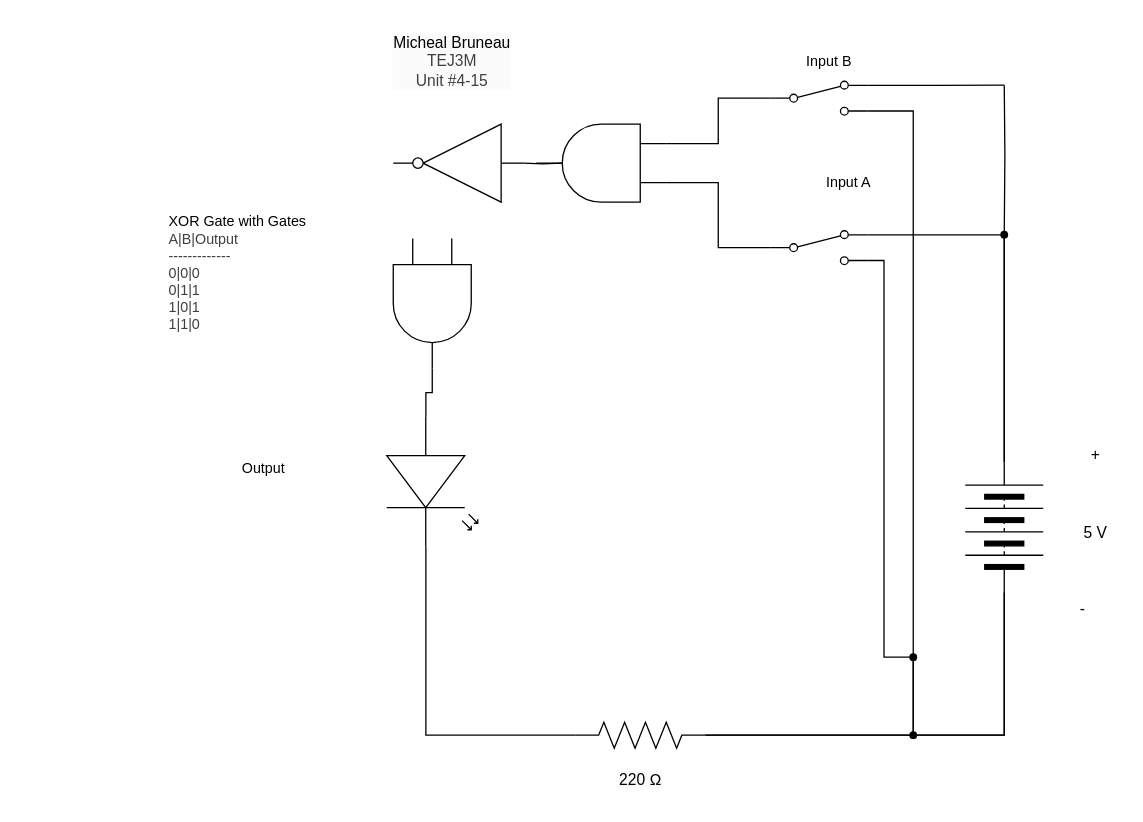
The draw.io diagram TEJ3M-4-15/schematic_diagram.drawio in michael-bruneau/TEJ3M-Unit-4, before the edit. Source tidied: cells renumbered, new cells numbered last; positions are measured from the earlier drawing's top-left corner, leaving out a move shared by most shapes. Both pictures are drawn from the tidied source at 130%, with x=0, y=0 at pixel (152, 22).
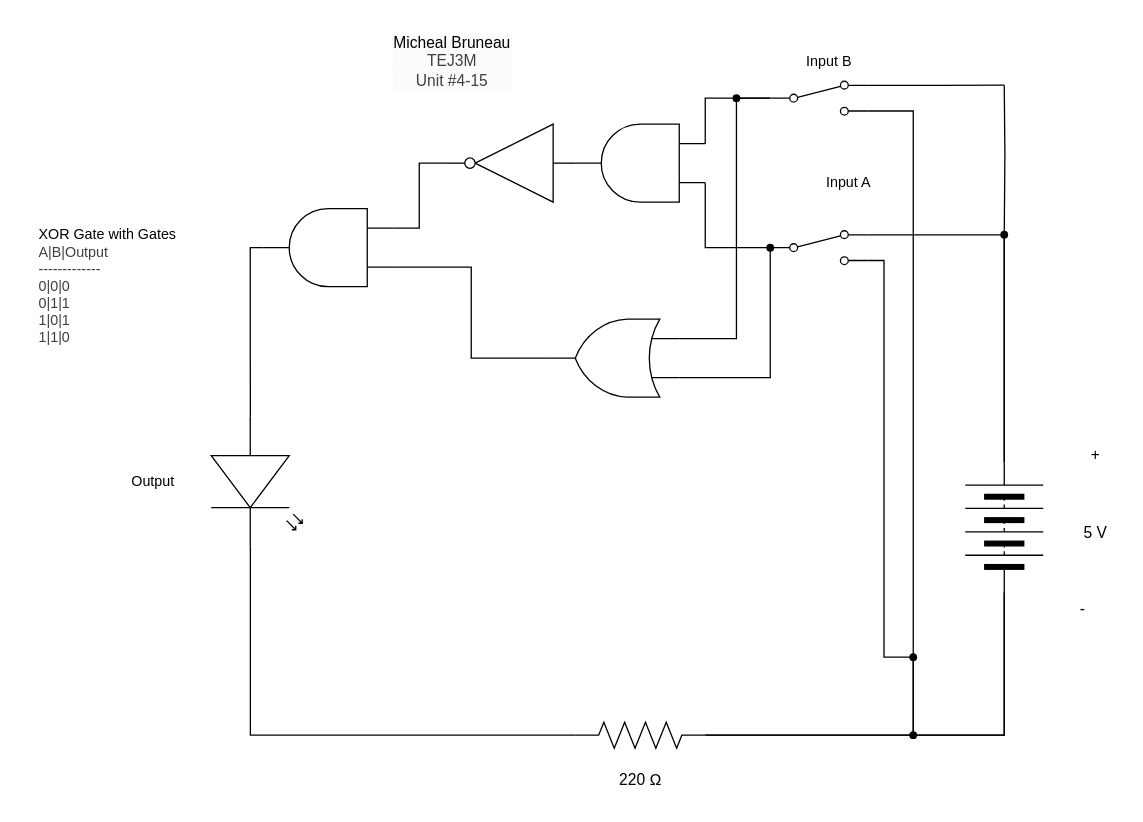
The same diagram, later.

The change refers to these unchanged cells:
```xml
<mxCell id="17" style="html=1;shape=mxgraph.electrical.electro-mechanical.twoWaySwitch;elSwitchState=2;" parent="1" vertex="1">
  <mxGeometry x="475" y="160" width="75" height="26" as="geometry" />
</mxCell>
<mxCell id="19" style="html=1;shape=mxgraph.electrical.electro-mechanical.twoWaySwitch;elSwitchState=2;" parent="1" vertex="1">
  <mxGeometry x="475" y="45" width="75" height="26" as="geometry" />
</mxCell>
```

Diff of the diagram source:
```diff
@@
     <mxCell id="15" value="Output" style="text;html=1;align=center;verticalAlign=middle;strokeColor=none;fillColor=none;fontFamily=Helvetica;fontSize=11;fontColor=default;labelBackgroundColor=default;" parent="1" vertex="1">
-      <mxGeometry x="55" y="328" width="60" height="30" as="geometry" />
+      <mxGeometry x="-30" y="338" width="60" height="30" as="geometry" />
     </mxCell>
@@
     <mxCell id="22" value="&lt;div style=&quot;scrollbar-color: rgb(226, 226, 226) rgb(251, 251, 251); font-size: 11px; text-align: left; color: rgb(63, 63, 63);&quot;&gt;&lt;font color=&quot;#000000&quot;&gt;&lt;span style=&quot;background-color: rgb(255, 255, 255);&quot;&gt;XOR Gate with Gates&lt;/span&gt;&lt;/font&gt;&lt;/div&gt;&lt;div style=&quot;scrollbar-color: rgb(226, 226, 226) rgb(251, 251, 251); font-size: 11px; text-align: left; color: rgb(63, 63, 63);&quot;&gt;&lt;span style=&quot;color: light-dark(rgb(63, 63, 63), rgb(183, 183, 183));&quot;&gt;A|B|Output&lt;/span&gt;&lt;/div&gt;&lt;div style=&quot;color: rgb(63, 63, 63); scrollbar-color: rgb(226, 226, 226) rgb(251, 251, 251); font-size: 11px; text-align: left;&quot;&gt;-------------&lt;/div&gt;&lt;div style=&quot;color: rgb(63, 63, 63); scrollbar-color: rgb(226, 226, 226) rgb(251, 251, 251); font-size: 11px; text-align: left;&quot;&gt;0|0|0&lt;/div&gt;&lt;div style=&quot;color: rgb(63, 63, 63); scrollbar-color: rgb(226, 226, 226) rgb(251, 251, 251); font-size: 11px; text-align: left;&quot;&gt;0|1|1&lt;/div&gt;&lt;div style=&quot;color: rgb(63, 63, 63); scrollbar-color: rgb(226, 226, 226) rgb(251, 251, 251); font-size: 11px; text-align: left;&quot;&gt;1|0|1&lt;/div&gt;&lt;div style=&quot;color: rgb(63, 63, 63); scrollbar-color: rgb(226, 226, 226) rgb(251, 251, 251); font-size: 11px; text-align: left;&quot;&gt;1|1|0&lt;/div&gt;" style="text;html=1;align=center;verticalAlign=middle;strokeColor=none;fillColor=none;" parent="1" vertex="1">
-      <mxGeometry y="138" width="130" height="110" as="geometry" />
+      <mxGeometry x="-100" y="148" width="130" height="110" as="geometry" />
     </mxCell>
@@
     <mxCell id="27" style="edgeStyle=orthogonalEdgeStyle;shape=connector;rounded=0;html=1;exitX=0;exitY=0.25;exitDx=0;exitDy=0;exitPerimeter=0;entryX=0;entryY=0.5;entryDx=0;entryDy=0;strokeColor=default;align=center;verticalAlign=middle;fontFamily=Helvetica;fontSize=11;fontColor=default;labelBackgroundColor=default;endArrow=none;endFill=0;" parent="1" edge="1" source="33" target="17">
-      <mxGeometry relative="1" as="geometry" />
+      <mxGeometry relative="1" as="geometry">
+        <Array as="points">
+          <mxPoint x="425" y="173" />
+        </Array>
+      </mxGeometry>
     </mxCell>
     <mxCell id="28" style="edgeStyle=orthogonalEdgeStyle;html=1;exitX=0;exitY=0.5;exitDx=0;exitDy=0;entryX=0;entryY=0.75;entryDx=0;entryDy=0;entryPerimeter=0;endArrow=none;endFill=0;rounded=0;" parent="1" edge="1" source="19" target="33">
-      <mxGeometry relative="1" as="geometry" />
+      <mxGeometry relative="1" as="geometry">
+        <Array as="points">
+          <mxPoint x="425" y="58" />
+        </Array>
+      </mxGeometry>
     </mxCell>
     <mxCell id="29" style="verticalLabelPosition=bottom;shadow=0;dashed=0;align=center;html=1;verticalAlign=top;shape=mxgraph.electrical.opto_electronics.led_2;fontFamily=Helvetica;fontSize=11;fontColor=default;labelBackgroundColor=default;rotation=90;" parent="1" vertex="1">
-      <mxGeometry x="165" y="318" width="100" height="70" as="geometry" />
+      <mxGeometry x="30" y="318" width="100" height="70" as="geometry" />
     </mxCell>
@@
     <mxCell id="31" style="verticalLabelPosition=bottom;shadow=0;dashed=0;align=center;html=1;verticalAlign=top;shape=mxgraph.electrical.logic_gates.inverter_2;rotation=-180;" parent="1" vertex="1">
-      <mxGeometry x="185" y="78" width="100" height="60" as="geometry" />
+      <mxGeometry x="225" y="78" width="100" height="60" as="geometry" />
     </mxCell>
-    <mxCell id="32" style="edgeStyle=orthogonalEdgeStyle;html=1;exitX=1;exitY=0.5;exitDx=0;exitDy=0;exitPerimeter=0;entryX=0;entryY=0.5;entryDx=0;entryDy=0;entryPerimeter=0;rounded=0;endArrow=none;endFill=0;" parent="1" edge="1" target="31">
-      <mxGeometry relative="1" as="geometry">
-        <mxPoint x="315" y="108" as="sourcePoint" />
-      </mxGeometry>
-    </mxCell>
     <mxCell id="33" style="verticalLabelPosition=bottom;shadow=0;dashed=0;align=center;html=1;verticalAlign=top;shape=mxgraph.electrical.logic_gates.logic_gate;operation=and;rotation=-180;" parent="1" vertex="1">
-      <mxGeometry x="295" y="78" width="100" height="60" as="geometry" />
+      <mxGeometry x="325" y="78" width="100" height="60" as="geometry" />
     </mxCell>
-    <mxCell id="34" style="verticalLabelPosition=bottom;shadow=0;dashed=0;align=center;html=1;verticalAlign=top;shape=mxgraph.electrical.logic_gates.logic_gate;operation=and;rotation=90;" parent="1" vertex="1">
-      <mxGeometry x="165" y="186" width="100" height="60" as="geometry" />
+    <mxCell id="34" style="verticalLabelPosition=bottom;shadow=0;dashed=0;align=center;html=1;verticalAlign=top;shape=mxgraph.electrical.logic_gates.logic_gate;operation=and;rotation=-180;" parent="1" vertex="1">
+      <mxGeometry x="85" y="143" width="100" height="60" as="geometry" />
     </mxCell>
@@
+    <mxCell id="36" style="verticalLabelPosition=bottom;shadow=0;dashed=0;align=center;html=1;verticalAlign=top;shape=mxgraph.electrical.logic_gates.logic_gate;operation=or;rotation=-180;" parent="1" vertex="1">
+      <mxGeometry x="305" y="228" width="100" height="60" as="geometry" />
+    </mxCell>
+    <mxCell id="37" style="edgeStyle=orthogonalEdgeStyle;html=1;exitX=0;exitY=0.5;exitDx=0;exitDy=0;exitPerimeter=0;entryX=1;entryY=0.5;entryDx=0;entryDy=0;entryPerimeter=0;rounded=0;endArrow=none;endFill=0;" parent="1" edge="1" source="31" target="33">
+      <mxGeometry relative="1" as="geometry" />
+    </mxCell>
+    <mxCell id="38" style="edgeStyle=orthogonalEdgeStyle;shape=connector;rounded=0;html=1;exitX=1;exitY=0.5;exitDx=0;exitDy=0;exitPerimeter=0;entryX=0;entryY=0.75;entryDx=0;entryDy=0;entryPerimeter=0;strokeColor=default;align=center;verticalAlign=middle;fontFamily=Helvetica;fontSize=11;fontColor=default;labelBackgroundColor=default;endArrow=none;endFill=0;" parent="1" edge="1" source="31" target="34">
+      <mxGeometry relative="1" as="geometry" />
+    </mxCell>
+    <mxCell id="39" style="edgeStyle=orthogonalEdgeStyle;shape=connector;rounded=0;html=1;exitX=0;exitY=0.25;exitDx=0;exitDy=0;exitPerimeter=0;entryX=1;entryY=0.5;entryDx=0;entryDy=0;entryPerimeter=0;strokeColor=default;align=center;verticalAlign=middle;fontFamily=Helvetica;fontSize=11;fontColor=default;labelBackgroundColor=default;endArrow=none;endFill=0;" parent="1" edge="1" source="34" target="36">
+      <mxGeometry relative="1" as="geometry" />
+    </mxCell>
+    <mxCell id="40" style="edgeStyle=orthogonalEdgeStyle;shape=connector;rounded=0;html=1;exitDx=0;exitDy=0;entryX=0;entryY=0.75;entryDx=0;entryDy=0;entryPerimeter=0;strokeColor=default;align=center;verticalAlign=middle;fontFamily=Helvetica;fontSize=11;fontColor=default;labelBackgroundColor=default;endArrow=none;endFill=0;" parent="1" edge="1" source="43" target="36">
+      <mxGeometry relative="1" as="geometry">
+        <Array as="points">
+          <mxPoint x="449" y="243" />
+        </Array>
+      </mxGeometry>
+    </mxCell>
+    <mxCell id="41" style="edgeStyle=orthogonalEdgeStyle;shape=connector;rounded=0;html=1;exitDx=0;exitDy=0;entryX=0;entryY=0.25;entryDx=0;entryDy=0;entryPerimeter=0;strokeColor=default;align=center;verticalAlign=middle;fontFamily=Helvetica;fontSize=11;fontColor=default;labelBackgroundColor=default;endArrow=none;endFill=0;" parent="1" edge="1" source="45" target="36">
+      <mxGeometry relative="1" as="geometry">
+        <Array as="points">
+          <mxPoint x="475" y="273" />
+        </Array>
+      </mxGeometry>
+    </mxCell>
+    <mxCell id="42" style="edgeStyle=orthogonalEdgeStyle;shape=connector;rounded=0;html=1;exitX=0;exitY=0.5;exitDx=0;exitDy=0;entryDx=0;entryDy=0;entryPerimeter=0;strokeColor=default;align=center;verticalAlign=middle;fontFamily=Helvetica;fontSize=11;fontColor=default;labelBackgroundColor=default;endArrow=none;endFill=0;" parent="1" edge="1" source="19" target="43">
+      <mxGeometry relative="1" as="geometry" />
+    </mxCell>
+    <mxCell id="43" style="shape=waypoint;sketch=0;fillStyle=solid;size=6;points=[];fillColor=none;perimeter=centerPerimeter;snapToPoint=1;fontFamily=Helvetica;fontSize=11;fontColor=default;labelBackgroundColor=default;" parent="1" vertex="1">
+      <mxGeometry x="439" y="48" width="20" height="20" as="geometry" />
+    </mxCell>
+    <mxCell id="44" style="edgeStyle=orthogonalEdgeStyle;shape=connector;rounded=0;html=1;exitX=0;exitY=0.5;exitDx=0;exitDy=0;entryDx=0;entryDy=0;entryPerimeter=0;strokeColor=default;align=center;verticalAlign=middle;fontFamily=Helvetica;fontSize=11;fontColor=default;labelBackgroundColor=default;endArrow=none;endFill=0;" parent="1" edge="1" source="17" target="45">
+      <mxGeometry relative="1" as="geometry" />
+    </mxCell>
+    <mxCell id="45" style="shape=waypoint;sketch=0;fillStyle=solid;size=6;points=[];fillColor=none;perimeter=centerPerimeter;snapToPoint=1;fontFamily=Helvetica;fontSize=11;fontColor=default;labelBackgroundColor=default;" parent="1" vertex="1">
+      <mxGeometry x="465" y="163" width="20" height="20" as="geometry" />
+    </mxCell>
```
